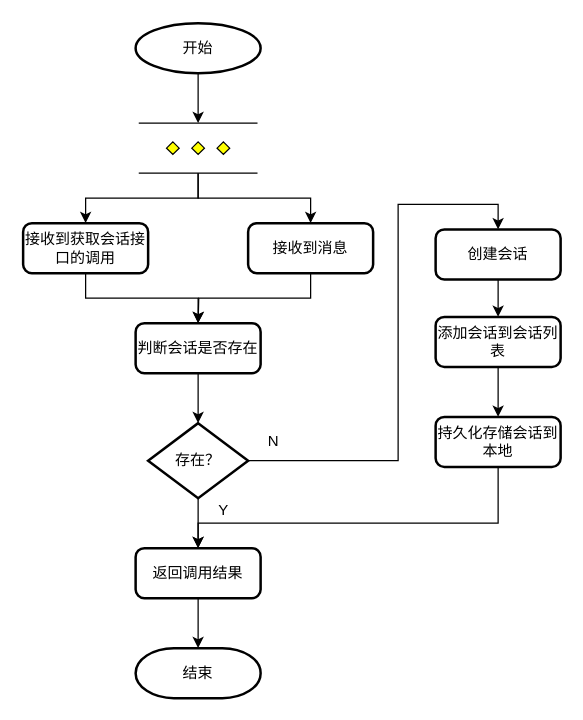
Before: page "flow-add-conversation" (2 of 11) of 获取会话列表.drawio in liuao2010/360MobileSafe, a draw.io diagram. Source tidied: cells renumbered, new cells numbered last; positions are measured from the earlier drawing's top-left corner, leaving out a move shared by most shapes. Both pictures are drawn from the tidied source at 125%, with x=0, y=0 at pixel (22, 22).
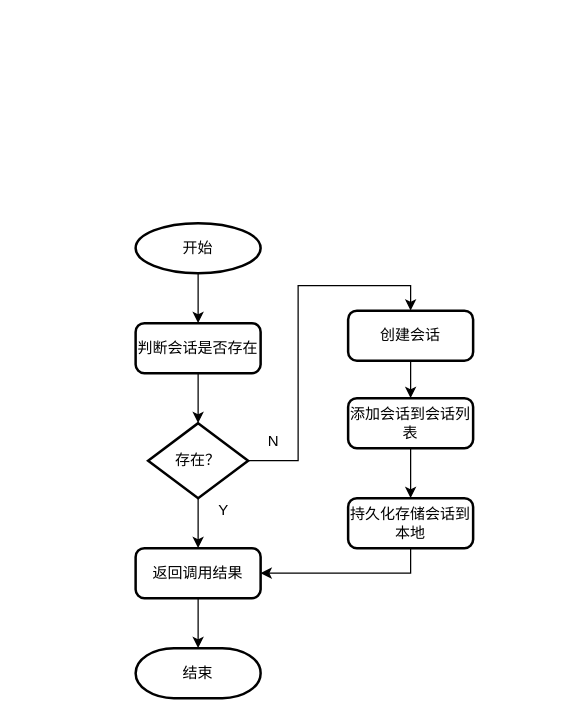
The same diagram, later.

Unchanged cells that the change refers to:
```xml
<mxCell id="13" value="判断会话是否存在" style="rounded=1;whiteSpace=wrap;html=1;absoluteArcSize=1;arcSize=14;strokeWidth=2;" parent="1" vertex="1">
  <mxGeometry x="90" y="240" width="100" height="40" as="geometry" />
</mxCell>
<mxCell id="16" value="存在？" style="strokeWidth=2;html=1;shape=mxgraph.flowchart.decision;whiteSpace=wrap;rounded=1;" parent="1" vertex="1">
  <mxGeometry x="100" y="320" width="80" height="60" as="geometry" />
</mxCell>
<mxCell id="18" value="返回调用结果" style="rounded=1;whiteSpace=wrap;html=1;absoluteArcSize=1;arcSize=14;strokeWidth=2;" parent="1" vertex="1">
  <mxGeometry x="90" y="420" width="100" height="40" as="geometry" />
</mxCell>
```

Diff of the diagram source:
```diff
@@
-    <mxCell id="2" style="edgeStyle=orthogonalEdgeStyle;rounded=0;jettySize=auto;html=1;exitX=0.5;exitY=1;exitDx=0;exitDy=0;exitPerimeter=0;entryX=0.5;entryY=0;entryDx=0;entryDy=0;entryPerimeter=0;" parent="1" edge="1" source="3" target="24">
-      <mxGeometry relative="1" as="geometry" />
-    </mxCell>
+    <mxCell id="27" style="edgeStyle=orthogonalEdgeStyle;rounded=0;jettySize=auto;html=1;exitX=0.5;exitY=1;exitDx=0;exitDy=0;exitPerimeter=0;entryX=0.5;entryY=0;entryDx=0;entryDy=0;" parent="1" edge="1" source="3" target="13">
+      <mxGeometry relative="1" as="geometry" />
+    </mxCell>
     <mxCell id="3" value="开始" style="strokeWidth=2;html=1;shape=mxgraph.flowchart.start_1;whiteSpace=wrap;rounded=1;" parent="1" vertex="1">
-      <mxGeometry x="90" width="100" height="40" as="geometry" />
+      <mxGeometry x="90" y="160" width="100" height="40" as="geometry" />
     </mxCell>
-    <mxCell id="4" style="edgeStyle=orthogonalEdgeStyle;rounded=0;jettySize=auto;html=1;exitX=0.5;exitY=1;exitDx=0;exitDy=0;" parent="1" edge="1" source="5">
-      <mxGeometry relative="1" as="geometry">
-        <mxPoint x="140" y="240" as="targetPoint" />
-      </mxGeometry>
-    </mxCell>
-    <mxCell id="5" value="接收到消息" style="rounded=1;whiteSpace=wrap;html=1;absoluteArcSize=1;arcSize=14;strokeWidth=2;" parent="1" vertex="1">
-      <mxGeometry x="180" y="160" width="100" height="40" as="geometry" />
-    </mxCell>
@@
     <mxCell id="7" value="创建会话" style="rounded=1;whiteSpace=wrap;html=1;absoluteArcSize=1;arcSize=14;strokeWidth=2;" parent="1" vertex="1">
-      <mxGeometry x="330" y="165" width="100" height="40" as="geometry" />
+      <mxGeometry x="260" y="230" width="100" height="40" as="geometry" />
     </mxCell>
@@
     <mxCell id="9" value="添加会话到会话列表" style="rounded=1;whiteSpace=wrap;html=1;absoluteArcSize=1;arcSize=14;strokeWidth=2;" parent="1" vertex="1">
-      <mxGeometry x="330" y="235" width="100" height="40" as="geometry" />
+      <mxGeometry x="260" y="300" width="100" height="40" as="geometry" />
     </mxCell>
-    <mxCell id="10" style="edgeStyle=orthogonalEdgeStyle;rounded=0;jettySize=auto;html=1;exitX=0.5;exitY=1;exitDx=0;exitDy=0;entryX=0.5;entryY=0;entryDx=0;entryDy=0;" parent="1" edge="1" source="11" target="18">
-      <mxGeometry relative="1" as="geometry">
-        <Array as="points">
-          <mxPoint x="380" y="400" />
-          <mxPoint x="140" y="400" />
-        </Array>
-      </mxGeometry>
+    <mxCell id="10" style="edgeStyle=orthogonalEdgeStyle;rounded=0;jettySize=auto;html=1;exitX=0.5;exitY=1;exitDx=0;exitDy=0;entryX=1;entryY=0.5;entryDx=0;entryDy=0;" parent="1" edge="1" source="11" target="18">
+      <mxGeometry relative="1" as="geometry" />
     </mxCell>
     <mxCell id="11" value="持久化存储会话到本地" style="rounded=1;whiteSpace=wrap;html=1;absoluteArcSize=1;arcSize=14;strokeWidth=2;" parent="1" vertex="1">
-      <mxGeometry x="330" y="315" width="100" height="40" as="geometry" />
+      <mxGeometry x="260" y="380" width="100" height="40" as="geometry" />
     </mxCell>
@@
     <mxCell id="15" style="edgeStyle=orthogonalEdgeStyle;rounded=0;jettySize=auto;html=1;exitX=1;exitY=0.5;exitDx=0;exitDy=0;exitPerimeter=0;entryX=0.5;entryY=0;entryDx=0;entryDy=0;" parent="1" edge="1" source="16" target="7">
-      <mxGeometry relative="1" as="geometry">
-        <Array as="points">
-          <mxPoint x="300" y="350" />
-          <mxPoint x="300" y="145" />
-          <mxPoint x="380" y="145" />
-        </Array>
-      </mxGeometry>
+      <mxGeometry relative="1" as="geometry" />
     </mxCell>
@@
-    <mxCell id="20" style="edgeStyle=orthogonalEdgeStyle;rounded=0;jettySize=auto;html=1;exitX=0.5;exitY=1;exitDx=0;exitDy=0;entryX=0.5;entryY=0;entryDx=0;entryDy=0;" parent="1" edge="1" source="21" target="13">
-      <mxGeometry relative="1" as="geometry" />
-    </mxCell>
-    <mxCell id="21" value="接收到获取会话接口的调用" style="rounded=1;whiteSpace=wrap;html=1;absoluteArcSize=1;arcSize=14;strokeWidth=2;" parent="1" vertex="1">
-      <mxGeometry y="160" width="100" height="40" as="geometry" />
-    </mxCell>
-    <mxCell id="22" style="edgeStyle=orthogonalEdgeStyle;rounded=0;jettySize=auto;html=1;exitX=0.5;exitY=1;exitDx=0;exitDy=0;exitPerimeter=0;entryX=0.5;entryY=0;entryDx=0;entryDy=0;" parent="1" edge="1" source="24" target="21">
-      <mxGeometry relative="1" as="geometry" />
-    </mxCell>
-    <mxCell id="23" style="edgeStyle=orthogonalEdgeStyle;rounded=0;jettySize=auto;html=1;exitX=0.5;exitY=1;exitDx=0;exitDy=0;exitPerimeter=0;entryX=0.5;entryY=0;entryDx=0;entryDy=0;" parent="1" edge="1" source="24" target="5">
-      <mxGeometry relative="1" as="geometry" />
-    </mxCell>
-    <mxCell id="24" style="verticalLabelPosition=bottom;verticalAlign=top;html=1;shape=mxgraph.flowchart.parallel_mode;" parent="1" vertex="1">
-      <mxGeometry x="92.5" y="80" width="95" height="40" as="geometry" />
-    </mxCell>
```
